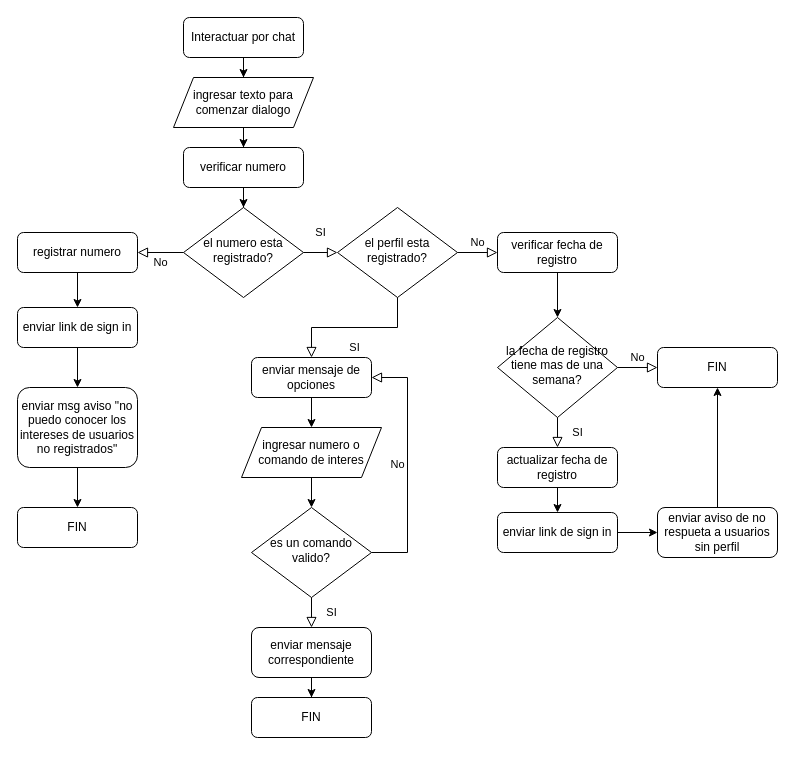
This is page "chat" (1 of 3) of src/main/resources/static/docs/nodi_flow.drawio from montvlein/BringNodiBackToLife, a draw.io file, before an edit. Source tidied: cells renumbered, new cells numbered last; positions are measured from the earlier drawing's top-left corner, leaving out a move shared by most shapes. Both pictures are drawn from the tidied source at 100%, with x=0, y=0 at pixel (17, 17).
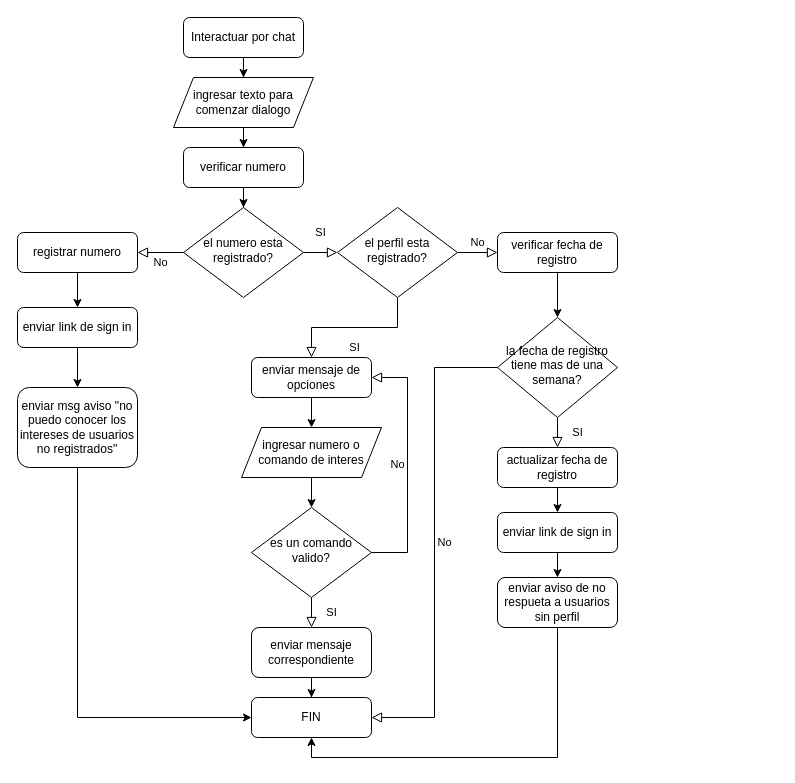
The same page after the edit.

Unchanged cells that the change refers to:
```xml
<mxCell id="26" value="la fecha de registro tiene mas de una semana?" style="rhombus;whiteSpace=wrap;html=1;shadow=0;fontFamily=Helvetica;fontSize=12;align=center;strokeWidth=1;spacing=6;spacingTop=-4;" parent="1" vertex="1">
  <mxGeometry x="480" y="300" width="120" height="100" as="geometry" />
</mxCell>
<mxCell id="30" value="enviar msg aviso &quot;no puedo conocer los intereses de usuarios no registrados&quot;" style="rounded=1;whiteSpace=wrap;html=1;fontSize=12;glass=0;strokeWidth=1;shadow=0;" parent="1" vertex="1">
  <mxGeometry y="370" width="120" height="80" as="geometry" />
</mxCell>
<mxCell id="34" value="enviar link de sign in" style="rounded=1;whiteSpace=wrap;html=1;fontSize=12;glass=0;strokeWidth=1;shadow=0;" parent="1" vertex="1">
  <mxGeometry x="480" y="495" width="120" height="40" as="geometry" />
</mxCell>
<mxCell id="42" value="FIN" style="rounded=1;whiteSpace=wrap;html=1;fontSize=12;glass=0;strokeWidth=1;shadow=0;" parent="1" vertex="1">
  <mxGeometry x="234" y="680" width="120" height="40" as="geometry" />
</mxCell>
```

The edit, as a diff of the source:
```diff
@@
-    <mxCell id="2" style="edgeStyle=orthogonalEdgeStyle;rounded=0;jettySize=auto;html=1;entryX=0.5;entryY=1;entryDx=0;entryDy=0;" parent="1" edge="1" source="3" target="29">
+    <mxCell id="2" style="edgeStyle=orthogonalEdgeStyle;rounded=0;jettySize=auto;html=1;entryX=0.5;entryY=1;entryDx=0;entryDy=0;exitX=0.5;exitY=1;exitDx=0;exitDy=0;" parent="1" edge="1" source="3" target="42">
       <mxGeometry relative="1" as="geometry" />
     </mxCell>
     <mxCell id="3" value="enviar aviso de no respueta a usuarios sin perfil" style="rounded=1;whiteSpace=wrap;html=1;fontSize=12;glass=0;strokeWidth=1;shadow=0;" parent="1" vertex="1">
-      <mxGeometry x="640" y="490" width="120" height="50" as="geometry" />
+      <mxGeometry x="480" y="560" width="120" height="50" as="geometry" />
     </mxCell>
@@
-    <mxCell id="17" style="edgeStyle=orthogonalEdgeStyle;rounded=0;jettySize=auto;html=1;exitX=0.5;exitY=1;exitDx=0;exitDy=0;" parent="1" edge="1" source="30" target="25">
+    <mxCell id="17" style="edgeStyle=orthogonalEdgeStyle;rounded=0;jettySize=auto;html=1;exitX=0.5;exitY=1;exitDx=0;exitDy=0;entryX=0;entryY=0.5;entryDx=0;entryDy=0;" parent="1" edge="1" source="30" target="42">
       <mxGeometry relative="1" as="geometry" />
     </mxCell>
@@
-    <mxCell id="25" value="FIN" style="rounded=1;whiteSpace=wrap;html=1;fontSize=12;glass=0;strokeWidth=1;shadow=0;" parent="1" vertex="1">
-      <mxGeometry y="490" width="120" height="40" as="geometry" />
-    </mxCell>
@@
-    <mxCell id="28" value="No" style="edgeStyle=orthogonalEdgeStyle;rounded=0;html=1;jettySize=auto;fontSize=11;endArrow=block;endFill=0;endSize=8;strokeWidth=1;shadow=0;labelBackgroundColor=none;exitX=1;exitY=0.5;exitDx=0;exitDy=0;entryX=0;entryY=0.5;entryDx=0;entryDy=0;" parent="1" edge="1" source="26" target="29">
+    <mxCell id="28" value="No" style="edgeStyle=orthogonalEdgeStyle;rounded=0;html=1;jettySize=auto;fontSize=11;endArrow=block;endFill=0;endSize=8;strokeWidth=1;shadow=0;labelBackgroundColor=none;exitX=0;exitY=0.5;exitDx=0;exitDy=0;entryX=1;entryY=0.5;entryDx=0;entryDy=0;" parent="1" edge="1" source="26" target="42">
       <mxGeometry y="10" relative="1" as="geometry" />
     </mxCell>
-    <mxCell id="29" value="FIN" style="rounded=1;whiteSpace=wrap;html=1;fontSize=12;glass=0;strokeWidth=1;shadow=0;" parent="1" vertex="1">
-      <mxGeometry x="640" y="330" width="120" height="40" as="geometry" />
-    </mxCell>
@@
-    <mxCell id="33" style="edgeStyle=orthogonalEdgeStyle;rounded=0;jettySize=auto;html=1;entryX=0;entryY=0.5;entryDx=0;entryDy=0;" parent="1" edge="1" source="34" target="3">
+    <mxCell id="33" style="edgeStyle=orthogonalEdgeStyle;rounded=0;jettySize=auto;html=1;entryX=0.5;entryY=0;entryDx=0;entryDy=0;" parent="1" edge="1" source="34" target="3">
       <mxGeometry relative="1" as="geometry" />
     </mxCell>
```
